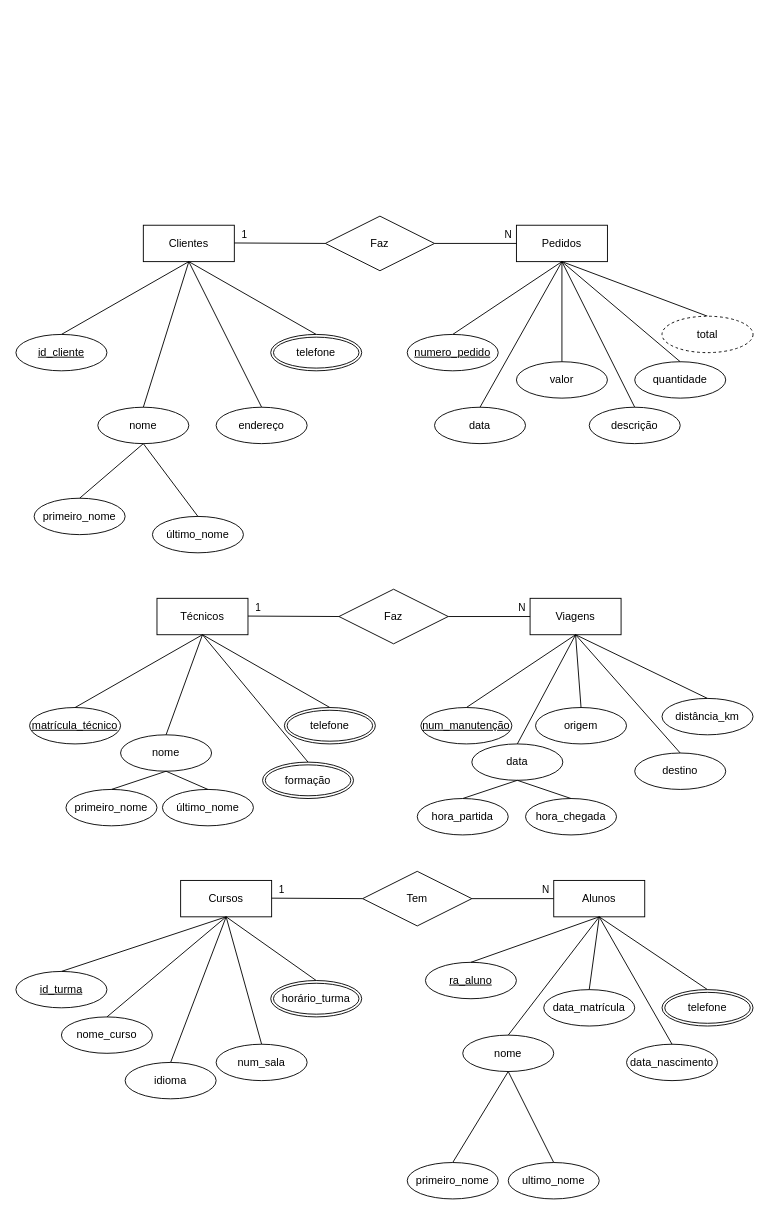
Earlier version of the draw.io diagram 2DES/BCD/ATVDSEMAN02/DER_CENARIOS.drawio (c-alvares/SENAI). Source tidied: cells renumbered, new cells numbered last; positions are measured from the earlier drawing's top-left corner, leaving out a move shared by most shapes. Both pictures are drawn from the tidied source at 91%, with x=0, y=0 at pixel (15, 216).
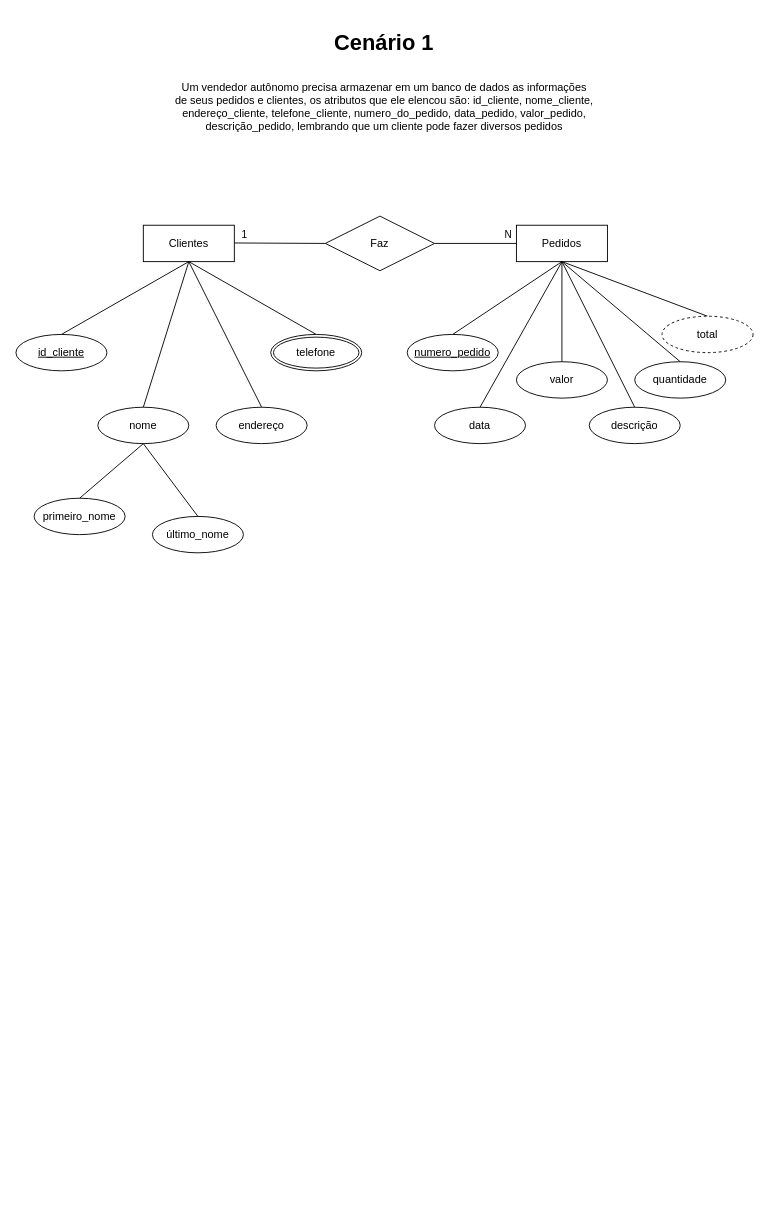
The same page after the edit.

Diff of the diagram source:
```diff
@@
-    <mxCell id="32" value="Viagens" style="whiteSpace=wrap;html=1;align=center;" parent="1" vertex="1">
-      <mxGeometry x="565" y="420" width="100" height="40" as="geometry" />
-    </mxCell>
-    <mxCell id="33" value="Técnicos" style="whiteSpace=wrap;html=1;align=center;" parent="1" vertex="1">
-      <mxGeometry x="155" y="420" width="100" height="40" as="geometry" />
-    </mxCell>
-    <mxCell id="34" value="matrícula_técnico" style="ellipse;whiteSpace=wrap;html=1;align=center;fontStyle=4;" parent="1" vertex="1">
-      <mxGeometry x="15" y="540" width="100" height="40" as="geometry" />
-    </mxCell>
-    <mxCell id="35" value="nome" style="ellipse;whiteSpace=wrap;html=1;align=center;" parent="1" vertex="1">
-      <mxGeometry x="115" y="570" width="100" height="40" as="geometry" />
-    </mxCell>
-    <mxCell id="36" value="destino" style="ellipse;whiteSpace=wrap;html=1;align=center;" parent="1" vertex="1">
-      <mxGeometry x="680" y="590" width="100" height="40" as="geometry" />
-    </mxCell>
-    <mxCell id="37" value="origem" style="ellipse;whiteSpace=wrap;html=1;align=center;" parent="1" vertex="1">
-      <mxGeometry x="571" y="540" width="100" height="40" as="geometry" />
-    </mxCell>
-    <mxCell id="38" value="data" style="ellipse;whiteSpace=wrap;html=1;align=center;" parent="1" vertex="1">
-      <mxGeometry x="501" y="580" width="100" height="40" as="geometry" />
-    </mxCell>
-    <mxCell id="39" value="num_manutenção" style="ellipse;whiteSpace=wrap;html=1;align=center;fontStyle=4;" parent="1" vertex="1">
-      <mxGeometry x="445" y="540" width="100" height="40" as="geometry" />
-    </mxCell>
-    <mxCell id="40" style="endArrow=none;html=1;rounded=0;exitX=0.5;exitY=1;exitDx=0;exitDy=0;entryX=0.5;entryY=0;entryDx=0;entryDy=0;" parent="1" edge="1" source="33" target="56">
-      <mxGeometry relative="1" as="geometry" />
-    </mxCell>
-    <mxCell id="41" style="endArrow=none;html=1;rounded=0;exitX=0.5;exitY=1;exitDx=0;exitDy=0;entryX=0.5;entryY=0;entryDx=0;entryDy=0;" parent="1" edge="1" source="33" target="59">
-      <mxGeometry relative="1" as="geometry" />
-    </mxCell>
-    <mxCell id="42" style="endArrow=none;html=1;rounded=0;entryX=0.5;entryY=0;entryDx=0;entryDy=0;exitX=0.5;exitY=1;exitDx=0;exitDy=0;" parent="1" edge="1" source="33" target="35">
-      <mxGeometry relative="1" as="geometry" />
-    </mxCell>
-    <mxCell id="43" style="endArrow=none;html=1;rounded=0;entryX=0.5;entryY=0;entryDx=0;entryDy=0;" parent="1" edge="1" target="34">
-      <mxGeometry relative="1" as="geometry">
-        <mxPoint x="205" y="460" as="sourcePoint" />
-      </mxGeometry>
-    </mxCell>
-    <mxCell id="44" style="endArrow=none;html=1;rounded=0;exitX=0.5;exitY=1;exitDx=0;exitDy=0;entryX=0.5;entryY=0;entryDx=0;entryDy=0;" parent="1" edge="1" source="32" target="36">
-      <mxGeometry relative="1" as="geometry" />
-    </mxCell>
-    <mxCell id="45" style="endArrow=none;html=1;rounded=0;entryX=0.5;entryY=0;entryDx=0;entryDy=0;exitX=0.5;exitY=1;exitDx=0;exitDy=0;" parent="1" edge="1" source="32" target="37">
-      <mxGeometry relative="1" as="geometry" />
-    </mxCell>
-    <mxCell id="46" style="endArrow=none;html=1;rounded=0;exitX=0.5;exitY=1;exitDx=0;exitDy=0;entryX=0.5;entryY=0;entryDx=0;entryDy=0;" parent="1" edge="1" source="32" target="38">
-      <mxGeometry relative="1" as="geometry" />
-    </mxCell>
-    <mxCell id="47" style="endArrow=none;html=1;rounded=0;entryX=0.5;entryY=0;entryDx=0;entryDy=0;exitX=0.5;exitY=1;exitDx=0;exitDy=0;" parent="1" edge="1" source="32" target="39">
-      <mxGeometry relative="1" as="geometry" />
-    </mxCell>
-    <mxCell id="48" value="Faz" style="shape=rhombus;perimeter=rhombusPerimeter;whiteSpace=wrap;html=1;align=center;" parent="1" vertex="1">
-      <mxGeometry x="355" y="410" width="120" height="60" as="geometry" />
-    </mxCell>
-    <mxCell id="49" style="endArrow=none;html=1;rounded=0;entryX=0;entryY=0.5;entryDx=0;entryDy=0;" parent="1" edge="1" target="48">
-      <mxGeometry relative="1" as="geometry">
-        <mxPoint x="255" y="439.5" as="sourcePoint" />
-      </mxGeometry>
-    </mxCell>
-    <mxCell id="50" value="1" style="edgeLabel;html=1;align=center;verticalAlign=middle;" parent="49" vertex="1">
-      <mxGeometry x="0.24" y="3" relative="1" as="geometry">
-        <mxPoint x="-52" y="-7" as="offset" />
-      </mxGeometry>
-    </mxCell>
-    <mxCell id="51" value="N" style="endArrow=none;html=1;rounded=0;entryX=0;entryY=0.5;entryDx=0;entryDy=0;exitX=1;exitY=0.5;exitDx=0;exitDy=0;" parent="1" edge="1" source="48" target="32">
-      <mxGeometry x="0.8" y="10" relative="1" as="geometry" />
-    </mxCell>
-    <mxCell id="52" value="primeiro_nome" style="ellipse;whiteSpace=wrap;html=1;align=center;" parent="1" vertex="1">
-      <mxGeometry x="55" y="630" width="100" height="40" as="geometry" />
-    </mxCell>
-    <mxCell id="53" value="último_nome" style="ellipse;whiteSpace=wrap;html=1;align=center;" parent="1" vertex="1">
-      <mxGeometry x="161" y="630" width="100" height="40" as="geometry" />
-    </mxCell>
-    <mxCell id="54" style="endArrow=none;html=1;rounded=0;exitX=0.5;exitY=1;exitDx=0;exitDy=0;entryX=0.5;entryY=0;entryDx=0;entryDy=0;" parent="1" edge="1" source="35" target="52">
-      <mxGeometry relative="1" as="geometry" />
-    </mxCell>
-    <mxCell id="55" style="endArrow=none;html=1;rounded=0;entryX=0.5;entryY=0;entryDx=0;entryDy=0;exitX=0.5;exitY=1;exitDx=0;exitDy=0;" parent="1" edge="1" source="35" target="53">
-      <mxGeometry relative="1" as="geometry" />
-    </mxCell>
-    <mxCell id="56" value="telefone" style="ellipse;shape=doubleEllipse;margin=3;whiteSpace=wrap;html=1;align=center;" parent="1" vertex="1">
-      <mxGeometry x="295" y="540" width="100" height="40" as="geometry" />
-    </mxCell>
-    <mxCell id="57" value="distância_km" style="ellipse;whiteSpace=wrap;html=1;align=center;" parent="1" vertex="1">
-      <mxGeometry x="710" y="530" width="100" height="40" as="geometry" />
-    </mxCell>
-    <mxCell id="58" style="endArrow=none;html=1;rounded=0;exitX=0.5;exitY=1;exitDx=0;exitDy=0;entryX=0.5;entryY=0;entryDx=0;entryDy=0;" parent="1" edge="1" source="32" target="57">
-      <mxGeometry relative="1" as="geometry" />
-    </mxCell>
-    <mxCell id="59" value="formação" style="ellipse;shape=doubleEllipse;margin=3;whiteSpace=wrap;html=1;align=center;" parent="1" vertex="1">
-      <mxGeometry x="271" y="600" width="100" height="40" as="geometry" />
-    </mxCell>
-    <mxCell id="60" style="endArrow=none;html=1;rounded=0;exitX=0.5;exitY=1;exitDx=0;exitDy=0;entryX=0.5;entryY=0;entryDx=0;entryDy=0;" parent="1" edge="1" source="38" target="63">
-      <mxGeometry relative="1" as="geometry" />
-    </mxCell>
-    <mxCell id="61" style="endArrow=none;html=1;rounded=0;exitX=0.5;exitY=1;exitDx=0;exitDy=0;entryX=0.5;entryY=0;entryDx=0;entryDy=0;" parent="1" edge="1" source="38" target="62">
-      <mxGeometry relative="1" as="geometry" />
-    </mxCell>
-    <mxCell id="62" value="hora_partida" style="ellipse;whiteSpace=wrap;html=1;align=center;" parent="1" vertex="1">
-      <mxGeometry x="441" y="640" width="100" height="40" as="geometry" />
-    </mxCell>
-    <mxCell id="63" value="hora_chegada" style="ellipse;whiteSpace=wrap;html=1;align=center;" parent="1" vertex="1">
-      <mxGeometry x="560" y="640" width="100" height="40" as="geometry" />
-    </mxCell>
-    <mxCell id="64" value="Alunos" style="whiteSpace=wrap;html=1;align=center;" parent="1" vertex="1">
-      <mxGeometry x="591" y="730" width="100" height="40" as="geometry" />
-    </mxCell>
-    <mxCell id="65" value="Cursos" style="whiteSpace=wrap;html=1;align=center;" parent="1" vertex="1">
-      <mxGeometry x="181" y="730" width="100" height="40" as="geometry" />
-    </mxCell>
-    <mxCell id="66" value="id_turma" style="ellipse;whiteSpace=wrap;html=1;align=center;fontStyle=4;" parent="1" vertex="1">
-      <mxGeometry y="830" width="100" height="40" as="geometry" />
-    </mxCell>
-    <mxCell id="67" value="nome_curso" style="ellipse;whiteSpace=wrap;html=1;align=center;" parent="1" vertex="1">
-      <mxGeometry x="50" y="880" width="100" height="40" as="geometry" />
-    </mxCell>
-    <mxCell id="68" value="data_nascimento" style="ellipse;whiteSpace=wrap;html=1;align=center;" parent="1" vertex="1">
-      <mxGeometry x="671" y="910" width="100" height="40" as="geometry" />
-    </mxCell>
-    <mxCell id="69" value="data_matrícula" style="ellipse;whiteSpace=wrap;html=1;align=center;" parent="1" vertex="1">
-      <mxGeometry x="580" y="850" width="100" height="40" as="geometry" />
-    </mxCell>
-    <mxCell id="70" value="nome" style="ellipse;whiteSpace=wrap;html=1;align=center;" parent="1" vertex="1">
-      <mxGeometry x="491" y="900" width="100" height="40" as="geometry" />
-    </mxCell>
-    <mxCell id="71" value="ra_aluno" style="ellipse;whiteSpace=wrap;html=1;align=center;fontStyle=4;" parent="1" vertex="1">
-      <mxGeometry x="450" y="820" width="100" height="40" as="geometry" />
-    </mxCell>
-    <mxCell id="72" style="endArrow=none;html=1;rounded=0;exitX=0.5;exitY=1;exitDx=0;exitDy=0;entryX=0.5;entryY=0;entryDx=0;entryDy=0;" parent="1" edge="1" source="65" target="88">
-      <mxGeometry relative="1" as="geometry" />
-    </mxCell>
-    <mxCell id="73" style="endArrow=none;html=1;rounded=0;entryX=0.5;entryY=0;entryDx=0;entryDy=0;exitX=0.5;exitY=1;exitDx=0;exitDy=0;" parent="1" edge="1" source="65" target="67">
-      <mxGeometry relative="1" as="geometry" />
-    </mxCell>
-    <mxCell id="74" style="endArrow=none;html=1;rounded=0;entryX=0.5;entryY=0;entryDx=0;entryDy=0;" parent="1" edge="1" target="66">
-      <mxGeometry relative="1" as="geometry">
-        <mxPoint x="231" y="770" as="sourcePoint" />
-      </mxGeometry>
-    </mxCell>
-    <mxCell id="75" style="endArrow=none;html=1;rounded=0;exitX=0.5;exitY=1;exitDx=0;exitDy=0;entryX=0.5;entryY=0;entryDx=0;entryDy=0;" parent="1" edge="1" source="64" target="68">
-      <mxGeometry relative="1" as="geometry" />
-    </mxCell>
-    <mxCell id="76" style="endArrow=none;html=1;rounded=0;entryX=0.5;entryY=0;entryDx=0;entryDy=0;exitX=0.5;exitY=1;exitDx=0;exitDy=0;" parent="1" edge="1" source="64" target="69">
-      <mxGeometry relative="1" as="geometry" />
-    </mxCell>
-    <mxCell id="77" style="endArrow=none;html=1;rounded=0;exitX=0.5;exitY=1;exitDx=0;exitDy=0;entryX=0.5;entryY=0;entryDx=0;entryDy=0;" parent="1" edge="1" source="64" target="70">
-      <mxGeometry relative="1" as="geometry" />
-    </mxCell>
-    <mxCell id="78" style="endArrow=none;html=1;rounded=0;entryX=0.5;entryY=0;entryDx=0;entryDy=0;exitX=0.5;exitY=1;exitDx=0;exitDy=0;" parent="1" edge="1" source="64" target="71">
-      <mxGeometry relative="1" as="geometry" />
-    </mxCell>
-    <mxCell id="79" value="Tem" style="shape=rhombus;perimeter=rhombusPerimeter;whiteSpace=wrap;html=1;align=center;" parent="1" vertex="1">
-      <mxGeometry x="381" y="720" width="120" height="60" as="geometry" />
-    </mxCell>
-    <mxCell id="80" style="endArrow=none;html=1;rounded=0;entryX=0;entryY=0.5;entryDx=0;entryDy=0;" parent="1" edge="1" target="79">
-      <mxGeometry relative="1" as="geometry">
-        <mxPoint x="281" y="749.5" as="sourcePoint" />
-      </mxGeometry>
-    </mxCell>
-    <mxCell id="81" value="1" style="edgeLabel;html=1;align=center;verticalAlign=middle;" parent="80" vertex="1">
-      <mxGeometry x="0.24" y="3" relative="1" as="geometry">
-        <mxPoint x="-52" y="-7" as="offset" />
-      </mxGeometry>
-    </mxCell>
-    <mxCell id="82" value="N" style="endArrow=none;html=1;rounded=0;entryX=0;entryY=0.5;entryDx=0;entryDy=0;exitX=1;exitY=0.5;exitDx=0;exitDy=0;" parent="1" edge="1" source="79" target="64">
-      <mxGeometry x="0.8" y="10" relative="1" as="geometry" />
-    </mxCell>
-    <mxCell id="83" value="idioma" style="ellipse;whiteSpace=wrap;html=1;align=center;" parent="1" vertex="1">
-      <mxGeometry x="120" y="930" width="100" height="40" as="geometry" />
-    </mxCell>
-    <mxCell id="84" value="num_sala" style="ellipse;whiteSpace=wrap;html=1;align=center;" parent="1" vertex="1">
-      <mxGeometry x="220" y="910" width="100" height="40" as="geometry" />
-    </mxCell>
-    <mxCell id="85" style="endArrow=none;html=1;rounded=0;entryX=0.5;entryY=0;entryDx=0;entryDy=0;exitX=0.5;exitY=1;exitDx=0;exitDy=0;" parent="1" edge="1" source="65" target="83">
-      <mxGeometry relative="1" as="geometry" />
-    </mxCell>
-    <mxCell id="86" style="endArrow=none;html=1;rounded=0;entryX=0.5;entryY=0;entryDx=0;entryDy=0;exitX=0.5;exitY=1;exitDx=0;exitDy=0;" parent="1" edge="1" source="65" target="84">
-      <mxGeometry relative="1" as="geometry" />
-    </mxCell>
-    <mxCell id="87" style="endArrow=none;html=1;rounded=0;exitX=0.5;exitY=1;exitDx=0;exitDy=0;entryX=0.5;entryY=0;entryDx=0;entryDy=0;" parent="1" edge="1" source="64" target="93">
-      <mxGeometry relative="1" as="geometry" />
-    </mxCell>
-    <mxCell id="88" value="horário_turma" style="ellipse;shape=doubleEllipse;margin=3;whiteSpace=wrap;html=1;align=center;" parent="1" vertex="1">
-      <mxGeometry x="280" y="840" width="100" height="40" as="geometry" />
-    </mxCell>
-    <mxCell id="89" style="endArrow=none;html=1;rounded=0;exitX=0.5;exitY=1;exitDx=0;exitDy=0;entryX=0.5;entryY=0;entryDx=0;entryDy=0;" parent="1" edge="1" source="70" target="92">
-      <mxGeometry relative="1" as="geometry" />
-    </mxCell>
-    <mxCell id="90" style="endArrow=none;html=1;rounded=0;exitX=0.5;exitY=1;exitDx=0;exitDy=0;entryX=0.5;entryY=0;entryDx=0;entryDy=0;" parent="1" edge="1" source="70" target="91">
-      <mxGeometry relative="1" as="geometry" />
-    </mxCell>
-    <mxCell id="91" value="primeiro_nome" style="ellipse;whiteSpace=wrap;html=1;align=center;" parent="1" vertex="1">
-      <mxGeometry x="430" y="1040" width="100" height="40" as="geometry" />
-    </mxCell>
-    <mxCell id="92" value="ultimo_nome" style="ellipse;whiteSpace=wrap;html=1;align=center;" parent="1" vertex="1">
-      <mxGeometry x="541" y="1040" width="100" height="40" as="geometry" />
-    </mxCell>
-    <mxCell id="93" value="telefone" style="ellipse;shape=doubleEllipse;margin=3;whiteSpace=wrap;html=1;align=center;" parent="1" vertex="1">
-      <mxGeometry x="710" y="850" width="100" height="40" as="geometry" />
-    </mxCell>
+    <mxCell id="94" value="Um vendedor autônomo precisa armazenar em um banco de dados as informações&lt;br/&gt;de seus pedidos e clientes, os atributos que ele elencou são: id_cliente, nome_cliente,&lt;br/&gt;endereço_cliente, telefone_cliente, numero_do_pedido, data_pedido, valor_pedido,&lt;br/&gt;descrição_pedido, lembrando que um cliente pode fazer diversos pedidos" style="text;html=1;strokeColor=none;fillColor=none;align=center;verticalAlign=middle;whiteSpace=wrap;rounded=0;" parent="1" vertex="1">
+      <mxGeometry x="152" y="-210" width="506" height="180" as="geometry" />
+    </mxCell>
+    <mxCell id="95" value="&lt;h1&gt;Cenário 1&lt;/h1&gt;" style="text;html=1;strokeColor=none;fillColor=none;spacing=5;spacingTop=-20;whiteSpace=wrap;overflow=hidden;rounded=0;" parent="1" vertex="1">
+      <mxGeometry x="345" y="-210" width="120" height="40" as="geometry" />
+    </mxCell>
```
